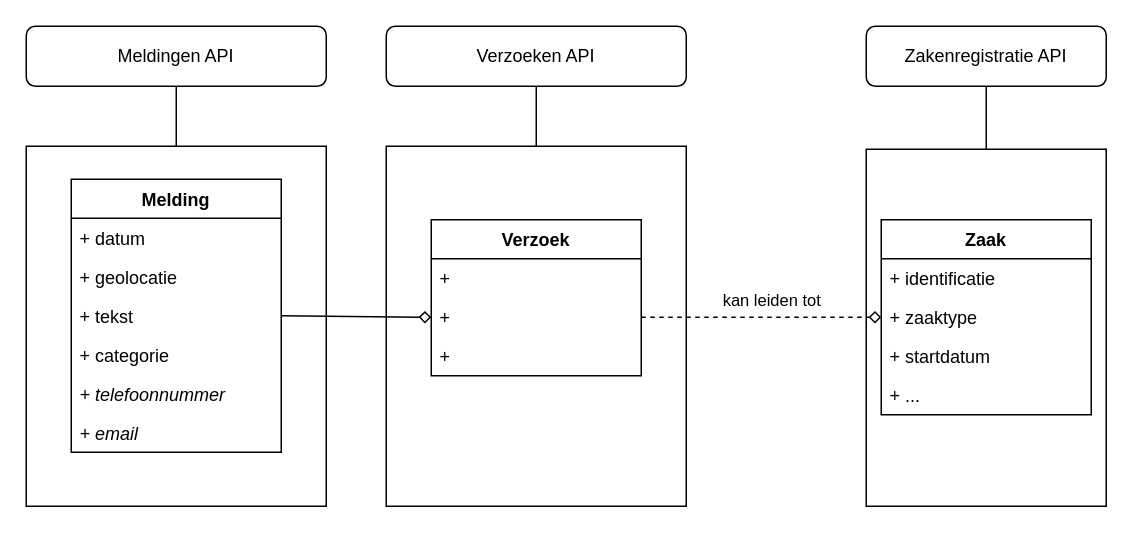
This is registraties.drawio from bartjkdp/signalen-architectuur, a draw.io file, before an edit. Source tidied: cells renumbered, new cells numbered last; positions are measured from the earlier drawing's top-left corner, leaving out a move shared by most shapes. Both pictures are drawn from the tidied source at 150%, with x=0, y=0 at pixel (26, 26).
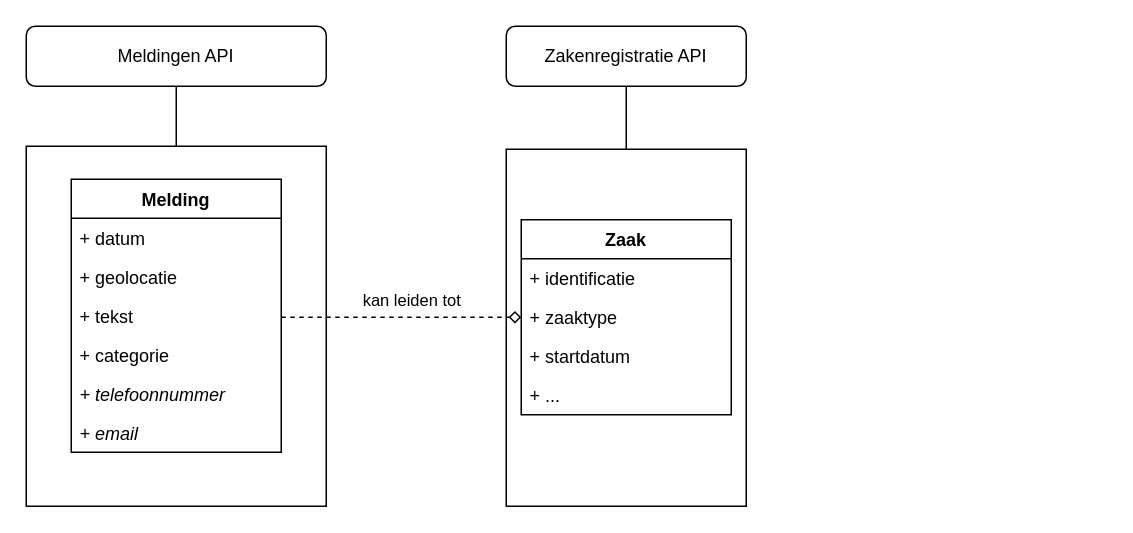
The same diagram, later.

Commit message (it also covers changes not shown here):
Update registraties, remove verzoeken as this is still being discussed

The change refers to these unchanged cells:
```xml
<mxCell id="14" value="+ tekst" style="text;strokeColor=none;fillColor=none;align=left;verticalAlign=top;spacingLeft=4;spacingRight=4;overflow=hidden;points=[[0,0.5],[1,0.5]];portConstraint=eastwest;" parent="11" vertex="1">
  <mxGeometry y="78" width="140" height="26" as="geometry" />
</mxCell>
<mxCell id="25" value="+ zaaktype" style="text;strokeColor=none;fillColor=none;align=left;verticalAlign=top;spacingLeft=4;spacingRight=4;overflow=hidden;points=[[0,0.5],[1,0.5]];portConstraint=eastwest;" parent="23" vertex="1">
  <mxGeometry y="52" width="140" height="26" as="geometry" />
</mxCell>
```

The edit, as a diff of the source:
```diff
@@
-    <mxCell id="3" value="Verzoeken API" style="rounded=1;whiteSpace=wrap;html=1;" parent="1" vertex="1">
-      <mxGeometry x="240" width="200" height="40" as="geometry" />
-    </mxCell>
     <mxCell id="4" value="Zakenregistratie API" style="rounded=1;whiteSpace=wrap;html=1;" parent="1" vertex="1">
-      <mxGeometry x="560" width="160" height="40" as="geometry" />
+      <mxGeometry x="320" width="160" height="40" as="geometry" />
     </mxCell>
     <mxCell id="5" style="rounded=0;whiteSpace=wrap;html=1;" parent="1" vertex="1">
-      <mxGeometry x="560" y="82" width="160" height="238" as="geometry" />
+      <mxGeometry x="320" y="82" width="160" height="238" as="geometry" />
     </mxCell>
-    <mxCell id="6" style="rounded=0;whiteSpace=wrap;html=1;" parent="1" vertex="1">
-      <mxGeometry x="240" y="80" width="200" height="240" as="geometry" />
-    </mxCell>
@@
-    <mxCell id="9" style="endArrow=none;html=1;entryX=0.5;entryY=1;entryDx=0;entryDy=0;exitX=0.5;exitY=0;exitDx=0;exitDy=0;" parent="1" edge="1" source="6" target="3">
-      <mxGeometry relative="1" as="geometry" />
-    </mxCell>
@@
-    <mxCell id="18" value="Verzoek" style="swimlane;fontStyle=1;horizontal=1;startSize=26;fillColor=none;" parent="1" vertex="1">
-      <mxGeometry x="270" y="129" width="140" height="104" as="geometry" />
-    </mxCell>
-    <mxCell id="19" value="+ " style="text;strokeColor=none;fillColor=none;align=left;verticalAlign=top;spacingLeft=4;spacingRight=4;overflow=hidden;" parent="18" vertex="1">
-      <mxGeometry y="26" width="140" height="26" as="geometry" />
-    </mxCell>
-    <mxCell id="20" value="+ " style="text;strokeColor=none;fillColor=none;align=left;verticalAlign=top;spacingLeft=4;spacingRight=4;overflow=hidden;points=[[0,0.5],[1,0.5]];portConstraint=eastwest;" parent="18" vertex="1">
-      <mxGeometry y="52" width="140" height="26" as="geometry" />
-    </mxCell>
-    <mxCell id="21" value="+ " style="text;strokeColor=none;fillColor=none;align=left;verticalAlign=top;spacingLeft=4;spacingRight=4;overflow=hidden;" parent="18" vertex="1">
-      <mxGeometry y="78" width="140" height="26" as="geometry" />
-    </mxCell>
-    <mxCell id="22" style="endArrow=none;html=1;entryX=1;entryY=0.5;entryDx=0;entryDy=0;exitX=0;exitY=0.5;exitDx=0;exitDy=0;endFill=0;startArrow=diamond;startFill=0;" parent="1" edge="1" source="20" target="14">
-      <mxGeometry relative="1" as="geometry" />
-    </mxCell>
     <mxCell id="23" value="Zaak" style="swimlane;fontStyle=1;horizontal=1;startSize=26;fillColor=none;" parent="1" vertex="1">
-      <mxGeometry x="570" y="129" width="140" height="130" as="geometry" />
+      <mxGeometry x="330" y="129" width="140" height="130" as="geometry" />
     </mxCell>
@@
-    <mxCell id="28" style="endArrow=diamond;html=1;dashed=1;endFill=0;exitX=1;exitY=0.5;exitDx=0;exitDy=0;entryX=0;entryY=0.5;entryDx=0;entryDy=0;startArrow=none;startFill=0;" parent="1" edge="1" source="20" target="25">
-      <mxGeometry relative="1" as="geometry" />
+    <mxCell id="28" style="endArrow=diamond;html=1;dashed=1;endFill=0;entryX=0;entryY=0.5;entryDx=0;entryDy=0;startArrow=none;startFill=0;" parent="1" edge="1" target="25">
+      <mxGeometry relative="1" as="geometry">
+        <mxPoint x="170" y="194" as="sourcePoint" />
+      </mxGeometry>
     </mxCell>
```
